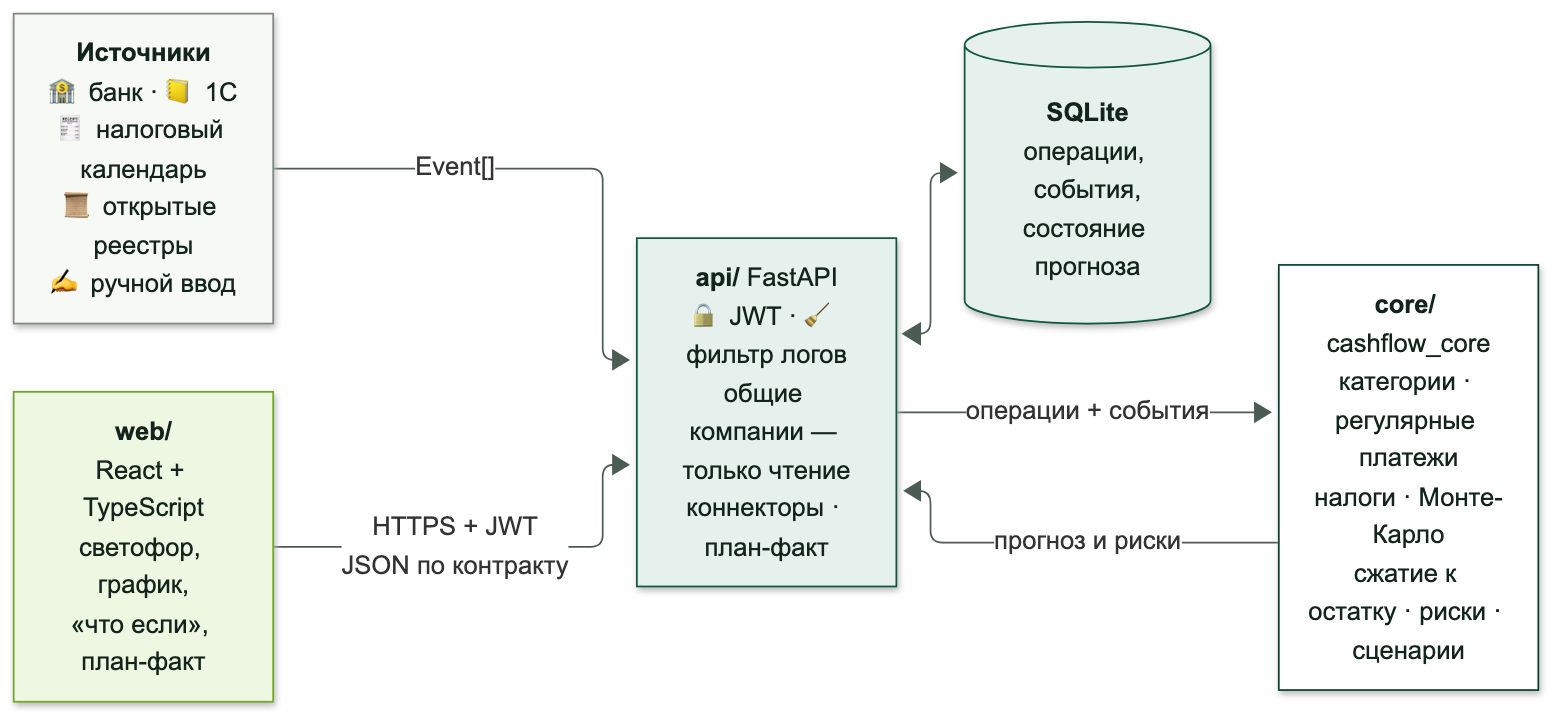
Before: docs/architecture_slide.png, a diagram exported from Mermaid (VaDex-web/cashflow). Its source is kept beside it as docs/architecture_slide.mmd.
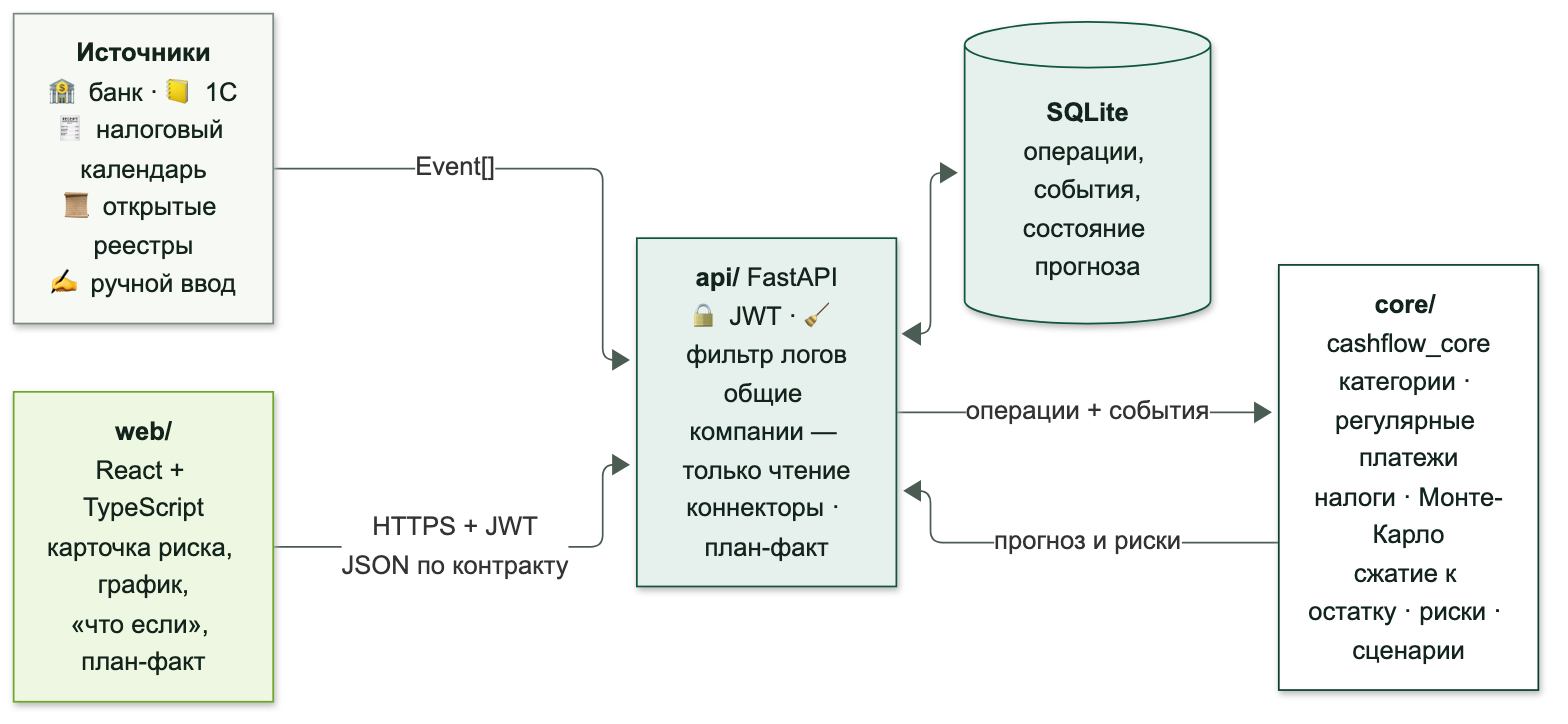
Above is the later version.

The edit, as a diff of the source:
```diff
@@ -1,6 +1,6 @@
 flowchart LR
   src["<b>Источники</b><br/>🏦 банк · 📒 1С<br/>🧾 налоговый календарь<br/>📜 открытые реестры<br/>✍️ ручной ввод"]
-  web["<b>web/</b><br/>React + TypeScript<br/>светофор, график,<br/>«что если», план-факт"]
+  web["<b>web/</b><br/>React + TypeScript<br/>карточка риска, график,<br/>«что если», план-факт"]
   api["<b>api/</b> FastAPI<br/>🔒 JWT · 🧹 фильтр логов<br/>общие компании — только чтение<br/>коннекторы · план-факт"]
   db[("<b>SQLite</b><br/>операции, события,<br/>состояние прогноза")]
   core["<b>core/</b> cashflow_core<br/>категории · регулярные платежи<br/>налоги · Монте-Карло<br/>сжатие к остатку · риски · сценарии"]
```
